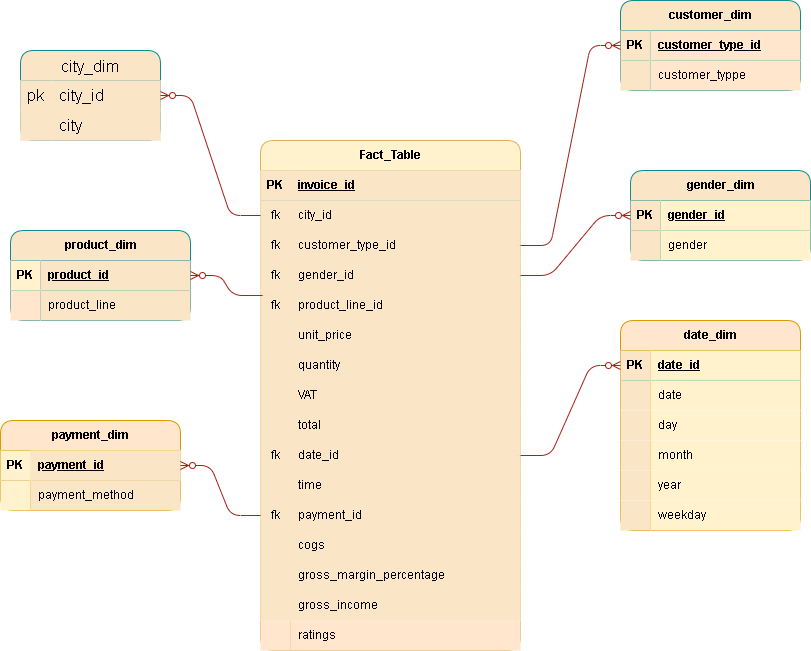
Above: WalmartModel.drawio.png in kayikalvin/Walmart-DataAnalysis (draw.io), before the change. Source tidied: cells renumbered, new cells last; positions are measured from the earlier drawing's top-left corner, leaving out a move shared by most shapes.
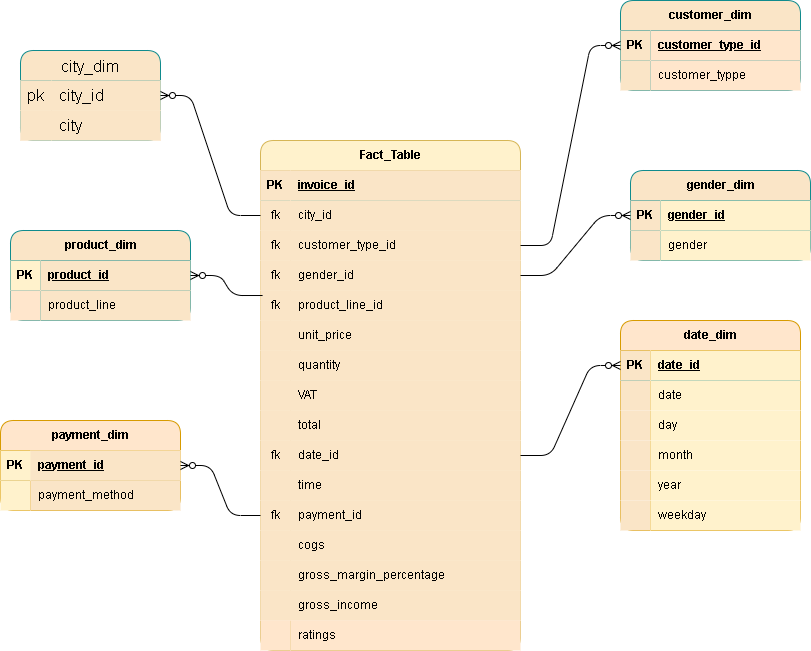
The same diagram one commit later.

The edit, as a diff of the source:
```diff
@@ -170,7 +170,7 @@
     <mxCell id="57" value="city" style="shape=partialRectangle;html=1;whiteSpace=wrap;top=0;left=0;bottom=0;right=0;align=left;spacingLeft=6;overflow=hidden;fontSize=16;shadow=0;labelBackgroundColor=none;rounded=1;fillColor=#FAE5C7;strokeColor=#0F8B8D;fontColor=#000000;" parent="55" vertex="1">
       <mxGeometry x="31" width="109" height="30" as="geometry" />
     </mxCell>
-    <mxCell id="58" style="edgeStyle=entityRelationEdgeStyle;fontSize=12;html=1;endArrow=ERzeroToMany;endFill=1;rounded=1;shadow=0;labelBackgroundColor=none;fontColor=#000000;strokeColor=#A8201A;" parent="1" edge="1" source="6" target="52">
+    <mxCell id="58" style="edgeStyle=entityRelationEdgeStyle;fontSize=12;html=1;endArrow=ERzeroToMany;endFill=1;rounded=1;shadow=0;labelBackgroundColor=none;fontColor=#000000;" parent="1" edge="1" source="6" target="52">
       <mxGeometry relative="1" as="geometry" />
     </mxCell>
     <mxCell id="59" value="customer_dim" style="shape=table;startSize=30;rowLines=0;fontStyle=1;align=center;html=1;labelBackgroundColor=none;rounded=1;fillColor=#FAE5C7;strokeColor=#0F8B8D;fontColor=#000000;" parent="1" vertex="1">
@@ -194,7 +194,7 @@
     <mxCell id="65" value="customer_typpe" style="shape=partialRectangle;fillColor=#ffe6cc;top=0;left=0;bottom=0;right=0;align=left;spacingLeft=6;overflow=hidden;whiteSpace=wrap;html=1;labelBackgroundColor=none;rounded=1;strokeColor=#d79b00;" parent="63" vertex="1">
       <mxGeometry x="30" width="150" height="30" as="geometry" />
     </mxCell>
-    <mxCell id="66" style="edgeStyle=entityRelationEdgeStyle;fontSize=12;html=1;endArrow=ERzeroToMany;endFill=1;rounded=1;shadow=0;labelBackgroundColor=none;fontColor=#000000;strokeColor=#A8201A;" parent="1" edge="1" source="9" target="60">
+    <mxCell id="66" style="edgeStyle=entityRelationEdgeStyle;fontSize=12;html=1;endArrow=ERzeroToMany;endFill=1;rounded=1;shadow=0;labelBackgroundColor=none;fontColor=#000000;" parent="1" edge="1" source="9" target="60">
       <mxGeometry relative="1" as="geometry" />
     </mxCell>
     <mxCell id="67" value="gender_dim" style="shape=table;startSize=30;rowLines=0;fontStyle=1;align=center;html=1;labelBackgroundColor=none;rounded=1;fillColor=#FAE5C7;strokeColor=#0F8B8D;fontColor=#000000;fillStyle=auto;gradientColor=none;" parent="1" vertex="1">
@@ -218,7 +218,7 @@
     <mxCell id="73" value="gender" style="shape=partialRectangle;fillColor=#FFF2CC;top=0;left=0;bottom=0;right=0;align=left;spacingLeft=6;overflow=hidden;whiteSpace=wrap;html=1;labelBackgroundColor=none;rounded=1;strokeColor=#0F8B8D;fontColor=#000000;" parent="71" vertex="1">
       <mxGeometry x="30" width="150" height="30" as="geometry" />
     </mxCell>
-    <mxCell id="74" style="edgeStyle=entityRelationEdgeStyle;fontSize=12;html=1;endArrow=ERzeroToMany;endFill=1;rounded=1;shadow=0;labelBackgroundColor=none;fontColor=#000000;strokeColor=#A8201A;" parent="1" edge="1" source="12" target="68">
+    <mxCell id="74" style="edgeStyle=entityRelationEdgeStyle;fontSize=12;html=1;endArrow=ERzeroToMany;endFill=1;rounded=1;shadow=0;labelBackgroundColor=none;fontColor=#000000;" parent="1" edge="1" source="12" target="68">
       <mxGeometry relative="1" as="geometry" />
     </mxCell>
     <mxCell id="75" value="&lt;font color=&quot;#000000&quot;&gt;product_dim&lt;/font&gt;" style="shape=table;startSize=30;rowLines=0;fontStyle=1;align=center;html=1;labelBackgroundColor=none;rounded=1;fillColor=#FAE5C7;strokeColor=#0F8B8D;fontColor=#FFFFFF;" parent="1" vertex="1">
@@ -242,7 +242,7 @@
     <mxCell id="81" value="product_line" style="shape=partialRectangle;top=0;left=0;bottom=0;right=0;align=left;spacingLeft=6;overflow=hidden;whiteSpace=wrap;html=1;shadow=0;labelBackgroundColor=none;rounded=1;fillColor=#FAE5C7;strokeColor=#0F8B8D;fontColor=#000000;" parent="79" vertex="1">
       <mxGeometry x="30" width="150" height="30" as="geometry" />
     </mxCell>
-    <mxCell id="82" style="edgeStyle=entityRelationEdgeStyle;fontSize=12;html=1;endArrow=ERzeroToMany;endFill=1;rounded=1;exitX=0.008;exitY=0.167;exitDx=0;exitDy=0;exitPerimeter=0;shadow=0;labelBackgroundColor=none;fontColor=#000000;strokeColor=#A8201A;" parent="1" edge="1" source="15" target="76">
+    <mxCell id="82" style="edgeStyle=entityRelationEdgeStyle;fontSize=12;html=1;endArrow=ERzeroToMany;endFill=1;rounded=1;exitX=0.008;exitY=0.167;exitDx=0;exitDy=0;exitPerimeter=0;shadow=0;labelBackgroundColor=none;fontColor=#000000;" parent="1" edge="1" source="15" target="76">
       <mxGeometry relative="1" as="geometry" />
     </mxCell>
     <mxCell id="83" value="date_dim" style="shape=table;startSize=30;rowLines=0;fontStyle=1;align=center;html=1;labelBackgroundColor=none;rounded=1;fillColor=#ffe6cc;strokeColor=#d79b00;gradientColor=none;swimlaneFillColor=none;" parent="1" vertex="1">
@@ -302,9 +302,12 @@
     <mxCell id="101" value="weekday" style="shape=partialRectangle;fillColor=#fff2cc;top=0;left=0;bottom=0;right=0;align=left;spacingLeft=6;overflow=hidden;whiteSpace=wrap;html=1;labelBackgroundColor=none;rounded=1;strokeColor=#d6b656;" parent="99" vertex="1">
       <mxGeometry x="30" width="150" height="30" as="geometry" />
     </mxCell>
-    <mxCell id="102" style="edgeStyle=entityRelationEdgeStyle;fontSize=12;html=1;endArrow=ERzeroToMany;endFill=1;rounded=1;entryX=0;entryY=0.5;entryDx=0;entryDy=0;shadow=0;labelBackgroundColor=none;fontColor=#000000;strokeColor=#A8201A;" parent="1" edge="1" source="30" target="84">
+    <mxCell id="102" style="edgeStyle=entityRelationEdgeStyle;fontSize=12;html=1;endArrow=ERzeroToMany;endFill=1;rounded=1;entryX=0;entryY=0.5;entryDx=0;entryDy=0;shadow=0;labelBackgroundColor=none;fontColor=#000000;" parent="1" edge="1" source="30" target="84">
       <mxGeometry relative="1" as="geometry" />
     </mxCell>
+    <mxCell id="111" style="edgeLabel;html=1;align=center;verticalAlign=middle;strokeColor=#0F8B8D;fontColor=#143642;fillColor=#FAE5C7;" parent="102" vertex="1">
+      <mxGeometry y="-2" relative="1" as="geometry" />
+    </mxCell>
     <mxCell id="103" value="payment_dim" style="shape=table;startSize=30;rowLines=0;fontStyle=1;align=center;html=1;labelBackgroundColor=none;rounded=1;fillColor=#ffe6cc;strokeColor=#d79b00;" parent="1" vertex="1">
       <mxGeometry y="420" width="180" height="90" as="geometry" />
     </mxCell>
@@ -326,7 +329,7 @@
     <mxCell id="109" value="payment_method" style="shape=partialRectangle;top=0;left=0;bottom=0;right=0;align=left;spacingLeft=6;overflow=hidden;whiteSpace=wrap;html=1;shadow=0;labelBackgroundColor=none;rounded=1;fillColor=#FAE5C7;strokeColor=#0F8B8D;fontColor=#000000;" parent="107" vertex="1">
       <mxGeometry x="30" width="150" height="30" as="geometry" />
     </mxCell>
-    <mxCell id="110" style="edgeStyle=entityRelationEdgeStyle;fontSize=12;html=1;endArrow=ERzeroToMany;endFill=1;rounded=1;shadow=0;labelBackgroundColor=none;fontColor=#000000;strokeColor=#A8201A;" parent="1" edge="1" source="36" target="104">
+    <mxCell id="110" style="edgeStyle=entityRelationEdgeStyle;fontSize=12;html=1;endArrow=ERzeroToMany;endFill=1;rounded=1;shadow=0;labelBackgroundColor=none;fontColor=#000000;" parent="1" edge="1" source="36" target="104">
       <mxGeometry relative="1" as="geometry" />
     </mxCell>
   </root>
```
